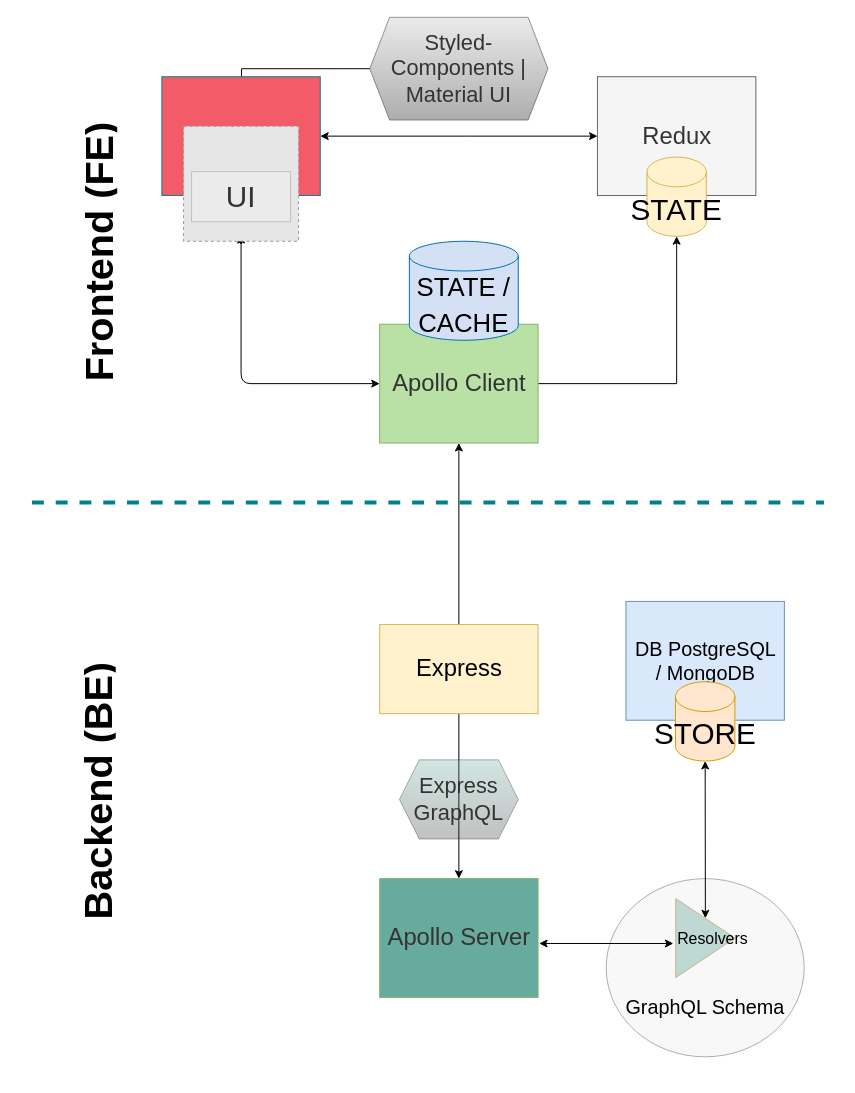
Earlier version of the draw.io diagram Quadrant React Basic-Test.drawio (toreylittlefield/quadrant-basic-test-challenge). Source tidied: cells renumbered, new cells numbered last; positions are measured from the earlier drawing's top-left corner, leaving out a move shared by most shapes. Both pictures are drawn from the tidied source at 99%, with x=0, y=0 at pixel (-213, 17). Pictures stored in the file or linked from it are replaced by grey dashed boxes.
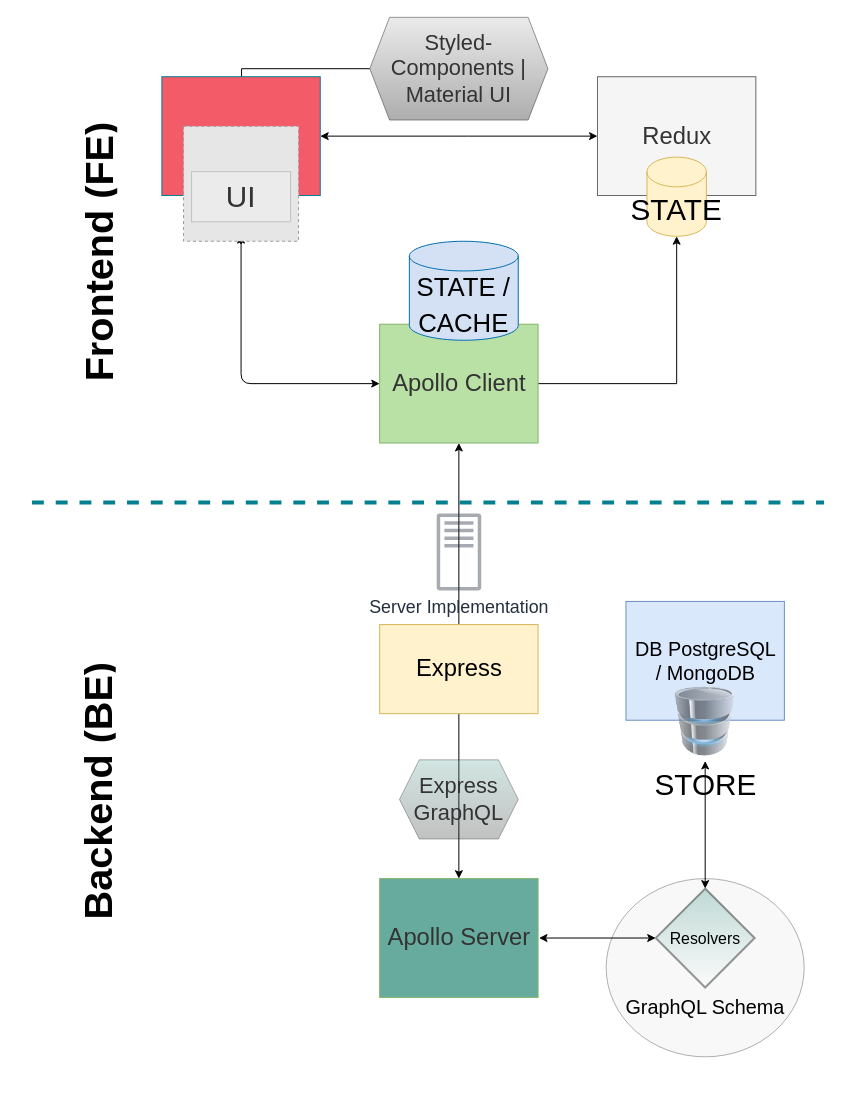
After the change.

Unchanged cells that the change refers to:
```xml
<mxCell id="16" style="group;" parent="1" vertex="1">
  <mxGeometry x="241.8" y="490" width="820" height="540" as="geometry" />
</mxCell>
<mxCell id="20" style="group;" parent="19" vertex="1">
  <mxGeometry y="60" width="160" height="161.2" as="geometry" />
</mxCell>
<mxCell id="24" value="&lt;font style=&quot;font-size: 24px&quot; color=&quot;#333333&quot;&gt;Apollo Server&lt;/font&gt;" style="html=1;strokeColor=#82b366;fillColor=#67AB9F;" parent="23" vertex="1">
  <mxGeometry y="130" width="160" height="120" as="geometry" />
</mxCell>
```

Change to the diagram source:
```diff
@@
-    <mxCell id="22" value="STORE" style="shape=cylinder3;whiteSpace=wrap;html=1;boundedLbl=1;backgroundOutline=1;size=15;fontSize=30;fillColor=#ffe6cc;strokeColor=#d79b00;" parent="20" vertex="1">
+    <mxCell id="22" value="STORE" style="image;html=1;image=img/lib/clip_art/computers/Database_128x128.png;fontFamily=Helvetica;fontSize=30;fontColor=#000000;align=center;strokeColor=#d79b00;fillColor=#ffe6cc;opacity=70;" parent="20" vertex="1">
       <mxGeometry x="50" y="81.2" width="60" height="80" as="geometry" />
     </mxCell>
@@
-    <mxCell id="27" value="&lt;font color=&quot;#000000&quot; style=&quot;font-size: 26px&quot;&gt;STATE / CACHE&lt;/font&gt;" style="shape=cylinder3;whiteSpace=wrap;html=1;boundedLbl=1;backgroundOutline=1;size=15;fontSize=30;strokeColor=#006EAF;fontColor=#ffffff;fillColor=#D4E1F5;" parent="1" vertex="1">
-      <mxGeometry x="628" y="226.2" width="110" height="100" as="geometry" />
-    </mxCell>
-    <mxCell id="28" value="&lt;font style=&quot;font-size: 16px&quot;&gt;Resolvers&lt;/font&gt;" style="triangle;whiteSpace=wrap;html=1;shadow=0;glass=0;fontSize=22;align=left;opacity=40;strokeColor=#b46504;fillColor=#67AB9F;rotation=0;" parent="1" vertex="1">
-      <mxGeometry x="897" y="890" width="60" height="80" as="geometry" />
+    <mxCell id="28" value="&lt;span style=&quot;color: rgb(0 , 0 , 0) ; font-size: 16px ; text-align: left&quot;&gt;Resolvers&lt;/span&gt;" style="strokeWidth=2;html=1;shape=mxgraph.flowchart.decision;whiteSpace=wrap;shadow=0;glass=0;fontSize=22;fontColor=#333333;gradientColor=#ffffff;align=center;opacity=40;fillColor=#67AB9F;" parent="16" vertex="1">
+      <mxGeometry x="635" y="390" width="100" height="100" as="geometry" />
     </mxCell>
-    <mxCell id="29" style="edgeStyle=orthogonalEdgeStyle;rounded=0;jumpSize=5;jettySize=auto;html=1;exitX=1;exitY=0.5;exitDx=0;exitDy=0;fontSize=22;fontColor=#333333;strokeWidth=4;" parent="1" edge="1" source="24">
-      <mxGeometry relative="1" as="geometry">
-        <mxPoint x="758" y="930" as="targetPoint" />
-      </mxGeometry>
-    </mxCell>
-    <mxCell id="30" style="endArrow=classic;startArrow=classic;html=1;fontSize=22;fontColor=#333333;strokeWidth=1;exitX=1.007;exitY=0.546;exitDx=0;exitDy=0;exitPerimeter=0;entryX=-0.039;entryY=0.569;entryDx=0;entryDy=0;entryPerimeter=0;" parent="1" edge="1" source="24" target="28">
-      <mxGeometry relative="1" as="geometry" />
+    <mxCell id="30" style="endArrow=classic;startArrow=classic;html=1;fontSize=22;fontColor=#333333;strokeWidth=1;entryX=0;entryY=0.5;entryDx=0;entryDy=0;entryPerimeter=0;" parent="16" edge="1" target="28">
+      <mxGeometry relative="1" as="geometry">
+        <mxPoint x="517.2" y="440" as="sourcePoint" />
+      </mxGeometry>
     </mxCell>
-    <mxCell id="31" style="endArrow=classic;startArrow=classic;html=1;fontSize=22;fontColor=#333333;strokeWidth=1;entryX=0.5;entryY=1;entryDx=0;entryDy=0;entryPerimeter=0;" parent="1" edge="1" target="22">
-      <mxGeometry relative="1" as="geometry">
-        <mxPoint x="927" y="910" as="sourcePoint" />
-      </mxGeometry>
+    <mxCell id="31" style="endArrow=classic;startArrow=classic;html=1;fontSize=22;fontColor=#333333;strokeWidth=1;entryX=0.5;entryY=1;entryDx=0;entryDy=0;entryPerimeter=0;" parent="16" edge="1" source="28" target="22">
+      <mxGeometry relative="1" as="geometry" />
     </mxCell>
+    <mxCell id="33" value="&lt;font style=&quot;font-size: 18px&quot;&gt;Server Implementation&lt;/font&gt;" style="fontColor=#232F3E;gradientColor=none;fillColor=#232F3E;strokeColor=none;dashed=0;verticalLabelPosition=bottom;verticalAlign=top;align=center;html=1;fontSize=12;fontStyle=0;shape=mxgraph.aws4.traditional_server;shadow=0;glass=0;opacity=40;" parent="16" vertex="1">
+      <mxGeometry x="413.8" y="11" width="45" height="78" as="geometry" />
+    </mxCell>
+    <mxCell id="27" value="&lt;font color=&quot;#000000&quot; style=&quot;font-size: 26px&quot;&gt;STATE / CACHE&lt;/font&gt;" style="shape=cylinder3;whiteSpace=wrap;html=1;boundedLbl=1;backgroundOutline=1;size=15;fontSize=30;strokeColor=#006EAF;fontColor=#ffffff;fillColor=#D4E1F5;" parent="1" vertex="1">
+      <mxGeometry x="628" y="226.2" width="110" height="100" as="geometry" />
+    </mxCell>
+    <mxCell id="29" style="edgeStyle=orthogonalEdgeStyle;rounded=0;jumpSize=5;jettySize=auto;html=1;exitX=1;exitY=0.5;exitDx=0;exitDy=0;fontSize=22;fontColor=#333333;strokeWidth=4;" parent="1" edge="1" source="24">
+      <mxGeometry relative="1" as="geometry">
+        <mxPoint x="758" y="930" as="targetPoint" />
+      </mxGeometry>
+    </mxCell>
```
